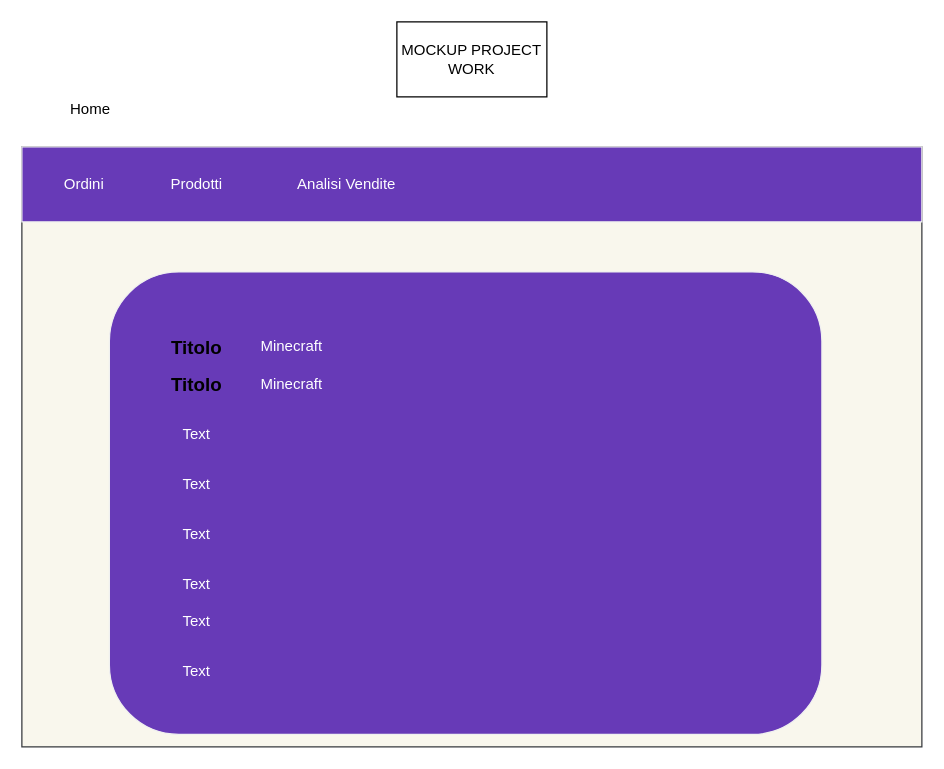
Earlier version of the draw.io diagram page "dettaglio prodotto" (5 of 7) of Mockup PJ.drawio (ITSPisaniM/Gruppo3CPSS). Source tidied: cells renumbered, new cells numbered last; positions are measured from the earlier drawing's top-left corner, leaving out a move shared by most shapes. Both pictures are drawn from the tidied source at 125%, with x=0, y=0 at pixel (21, 21).
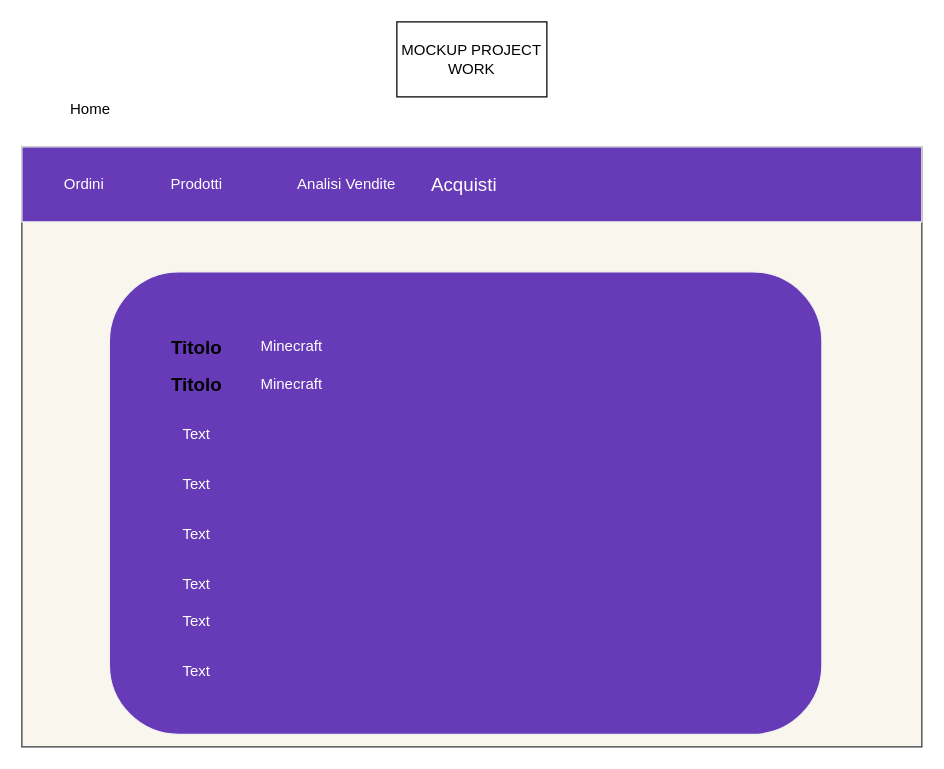
The same page after the edit.

Change to the diagram source:
```diff
@@
+    <mxCell id="20" value="Acquisti" style="text;html=1;strokeColor=none;fillColor=none;align=center;verticalAlign=middle;whiteSpace=wrap;rounded=0;fontSize=15;fontColor=#FFFFFF;" parent="1" vertex="1">
+      <mxGeometry x="334" y="120" width="40" height="20" as="geometry" />
+    </mxCell>
```
